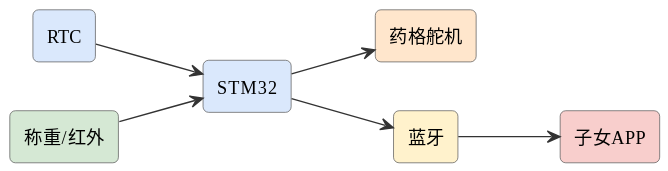
The PlantUML diagram assets/diagrams/ideas-fig46.svg in mingyi0818/IntelligentMcuCourse, before a commit.
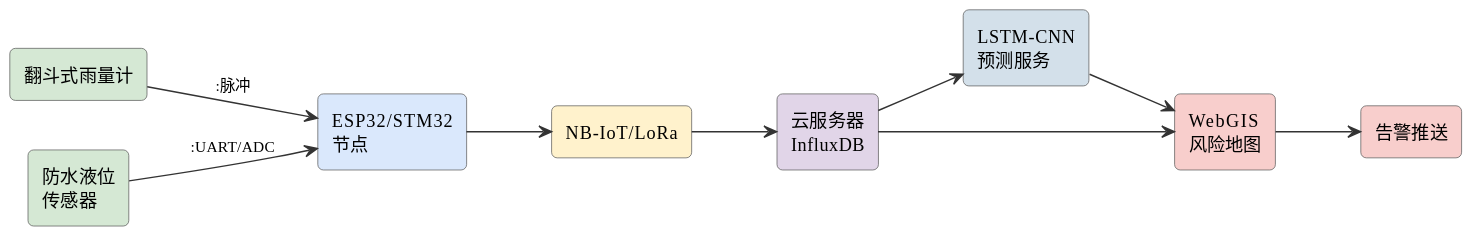
After the commit.

The edit, as a diff of the source:
```diff
@@ -6,15 +6,20 @@
 skinparam arrowFontSize 11
 skinparam arrowColor #333
 left to right direction
-rectangle "RTC" as rtc #dae8fc
-rectangle "STM32" as stm #dae8fc
-rectangle "药格舵机" as servo #ffe6cc
-rectangle "称重/红外" as w #d5e8d4
-rectangle "蓝牙" as bt #fff2cc
-rectangle "子女APP" as app #f8cecc
-rtc --> stm
-stm --> servo
-w --> stm
-stm --> bt
-bt --> app
+rectangle "翻斗式雨量计" as rain #d5e8d4
+rectangle "防水液位\n传感器" as lvl #d5e8d4
+rectangle "ESP32/STM32\n节点" as mcu #dae8fc
+rectangle "NB-IoT/LoRa" as nb #fff2cc
+rectangle "云服务器\nInfluxDB" as srv #e1d5e8
+rectangle "LSTM-CNN\n预测服务" as ml #d3e0ea
+rectangle "WebGIS\n风险地图" as gis #f8cecc
+rectangle "告警推送" as push #f8cecc
+rain --> mcu : :脉冲
+lvl --> mcu : :UART/ADC
+mcu --> nb
+nb --> srv
+srv --> ml
+ml --> gis
+srv --> gis
+gis --> push
 @enduml
```
